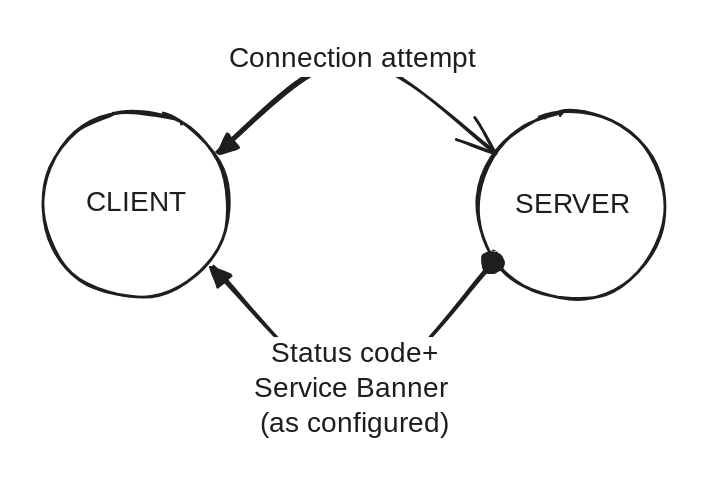
7ankalis/muninn-cpts keeps this Excalidraw diagram as .gitbook/assets/file.excalidraw (7).svg. Above is the earlier version. Source tidied: one line per element, renumbered; positions are measured from the earlier drawing's top-left corner, leaving out a move shared by most shapes. Source of this version:
```json
{"id": 0, "type": "ellipse", "strokeColor": "#1e1e1e", "strokeWidth": 2, "roughness": 1, "round": true, "x": 0, "y": 49, "width": 134, "height": 133}
{"id": 1, "type": "text", "text": "CLIENT", "strokeColor": "#1e1e1e", "strokeWidth": 2, "roughness": 1, "fontSize": 20, "fontFamily": 1, "textAlign": "center", "verticalAlign": "middle", "inside": 0, "x": 28, "y": 103, "width": 78, "height": 25}
{"id": 2, "type": "ellipse", "strokeColor": "#1e1e1e", "strokeWidth": 2, "roughness": 1, "round": true, "x": 312, "y": 51, "width": 134, "height": 133}
{"id": 3, "type": "text", "text": "SERVER", "strokeColor": "#1e1e1e", "strokeWidth": 2, "roughness": 1, "fontSize": 20, "fontFamily": 1, "textAlign": "center", "verticalAlign": "middle", "inside": 2, "x": 341, "y": 105, "width": 77, "height": 25}
{"id": 4, "type": "arrow", "strokeColor": "#1e1e1e", "strokeWidth": 2, "roughness": 1, "startArrowhead": "triangle", "endArrowhead": "arrow", "round": true, "from": 0, "to": 2, "x": 125, "y": 79, "width": 198, "height": 66, "points": [[0, 0], [96, -66], [198, 0]]}
{"id": 5, "type": "text", "text": "Connection attempt", "strokeColor": "#1e1e1e", "strokeWidth": 2, "roughness": 1, "fontSize": 20, "fontFamily": 1, "textAlign": "center", "verticalAlign": "middle", "inside": 4, "x": 126, "y": 0, "width": 190, "height": 25}
{"id": 6, "type": "arrow", "strokeColor": "#1e1e1e", "strokeWidth": 2, "roughness": 1, "startArrowhead": "triangle", "endArrowhead": "dot", "round": true, "from": 0, "to": 2, "x": 121, "y": 161, "width": 200, "height": 89, "points": [[0, 0], [103, 88], [200, -1]]}
{"id": 7, "type": "text", "text": "Status code+\nService Banner \n(as configured)", "strokeColor": "#1e1e1e", "strokeWidth": 2, "roughness": 1, "fontSize": 20, "fontFamily": 1, "textAlign": "center", "verticalAlign": "middle", "inside": 6, "x": 146, "y": 182, "width": 154, "height": 75}
```
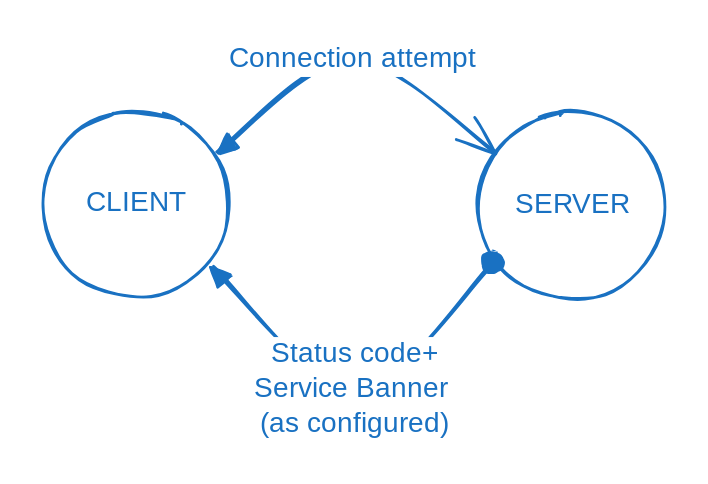
Above is the later version.

Change to the diagram source:
```diff
@@ -1,8 +1,8 @@
-{"id": 0, "type": "ellipse", "strokeColor": "#1e1e1e", "strokeWidth": 2, "roughness": 1, "round": true, "x": 0, "y": 49, "width": 134, "height": 133}
+{"id": 0, "type": "ellipse", "strokeColor": "#1971c2", "strokeWidth": 2, "roughness": 1, "round": true, "x": 0, "y": 49, "width": 134, "height": 133}
-{"id": 1, "type": "text", "text": "CLIENT", "strokeColor": "#1e1e1e", "strokeWidth": 2, "roughness": 1, "fontSize": 20, "fontFamily": 1, "textAlign": "center", "verticalAlign": "middle", "inside": 0, "x": 28, "y": 103, "width": 78, "height": 25}
+{"id": 1, "type": "text", "text": "CLIENT", "strokeColor": "#1971c2", "strokeWidth": 2, "roughness": 1, "fontSize": 20, "fontFamily": 1, "textAlign": "center", "verticalAlign": "middle", "inside": 0, "x": 28, "y": 103, "width": 78, "height": 25}
-{"id": 2, "type": "ellipse", "strokeColor": "#1e1e1e", "strokeWidth": 2, "roughness": 1, "round": true, "x": 312, "y": 51, "width": 134, "height": 133}
+{"id": 2, "type": "ellipse", "strokeColor": "#1971c2", "strokeWidth": 2, "roughness": 1, "round": true, "x": 312, "y": 51, "width": 134, "height": 133}
-{"id": 3, "type": "text", "text": "SERVER", "strokeColor": "#1e1e1e", "strokeWidth": 2, "roughness": 1, "fontSize": 20, "fontFamily": 1, "textAlign": "center", "verticalAlign": "middle", "inside": 2, "x": 341, "y": 105, "width": 77, "height": 25}
+{"id": 3, "type": "text", "text": "SERVER", "strokeColor": "#1971c2", "strokeWidth": 2, "roughness": 1, "fontSize": 20, "fontFamily": 1, "textAlign": "center", "verticalAlign": "middle", "inside": 2, "x": 341, "y": 105, "width": 77, "height": 25}
-{"id": 4, "type": "arrow", "strokeColor": "#1e1e1e", "strokeWidth": 2, "roughness": 1, "startArrowhead": "triangle", "endArrowhead": "arrow", "round": true, "from": 0, "to": 2, "x": 125, "y": 79, "width": 198, "height": 66, "points": [[0, 0], [96, -66], [198, 0]]}
+{"id": 4, "type": "arrow", "strokeColor": "#1971c2", "strokeWidth": 2, "roughness": 1, "startArrowhead": "triangle", "endArrowhead": "arrow", "round": true, "from": 0, "to": 2, "x": 125, "y": 79, "width": 198, "height": 66, "points": [[0, 0], [96, -66], [198, 0]]}
-{"id": 5, "type": "text", "text": "Connection attempt", "strokeColor": "#1e1e1e", "strokeWidth": 2, "roughness": 1, "fontSize": 20, "fontFamily": 1, "textAlign": "center", "verticalAlign": "middle", "inside": 4, "x": 126, "y": 0, "width": 190, "height": 25}
+{"id": 5, "type": "text", "text": "Connection attempt", "strokeColor": "#1971c2", "strokeWidth": 2, "roughness": 1, "fontSize": 20, "fontFamily": 1, "textAlign": "center", "verticalAlign": "middle", "inside": 4, "x": 126, "y": 0, "width": 190, "height": 25}
-{"id": 6, "type": "arrow", "strokeColor": "#1e1e1e", "strokeWidth": 2, "roughness": 1, "startArrowhead": "triangle", "endArrowhead": "dot", "round": true, "from": 0, "to": 2, "x": 121, "y": 161, "width": 200, "height": 89, "points": [[0, 0], [103, 88], [200, -1]]}
+{"id": 6, "type": "arrow", "strokeColor": "#1971c2", "strokeWidth": 2, "roughness": 1, "startArrowhead": "triangle", "endArrowhead": "dot", "round": true, "from": 0, "to": 2, "x": 121, "y": 161, "width": 200, "height": 89, "points": [[0, 0], [103, 88], [200, -1]]}
-{"id": 7, "type": "text", "text": "Status code+\nService Banner \n(as configured)", "strokeColor": "#1e1e1e", "strokeWidth": 2, "roughness": 1, "fontSize": 20, "fontFamily": 1, "textAlign": "center", "verticalAlign": "middle", "inside": 6, "x": 146, "y": 182, "width": 154, "height": 75}
+{"id": 7, "type": "text", "text": "Status code+\nService Banner \n(as configured)", "strokeColor": "#1971c2", "strokeWidth": 2, "roughness": 1, "fontSize": 20, "fontFamily": 1, "textAlign": "center", "verticalAlign": "middle", "inside": 6, "x": 146, "y": 182, "width": 154, "height": 75}
```
